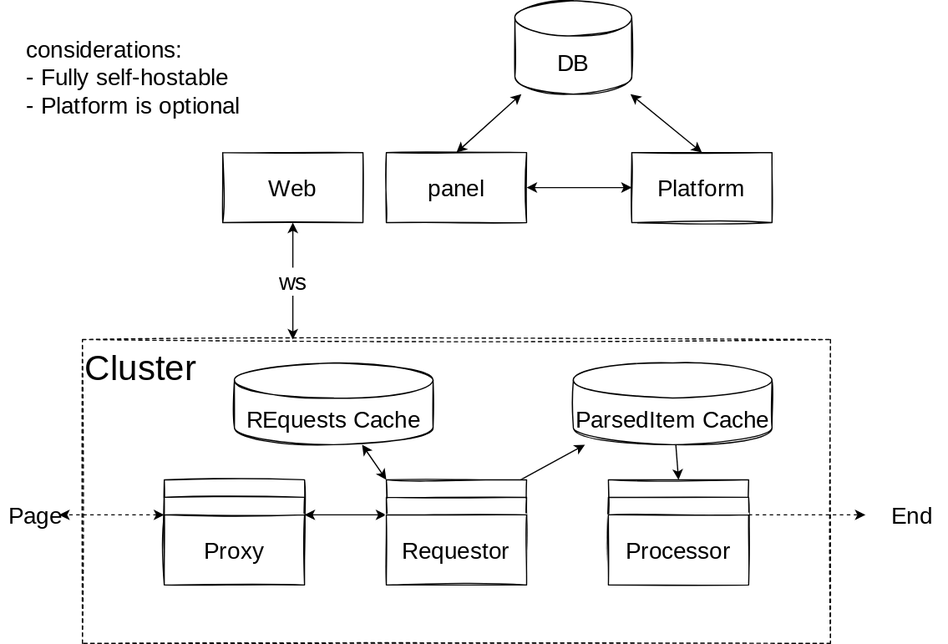
Before: docs/architecture.drawio.svg, a diagram exported from draw.io (elixir-crawly/crawly). Source tidied: cells renumbered, new cells last; positions are measured from the earlier drawing's top-left corner, leaving out a move shared by most shapes.
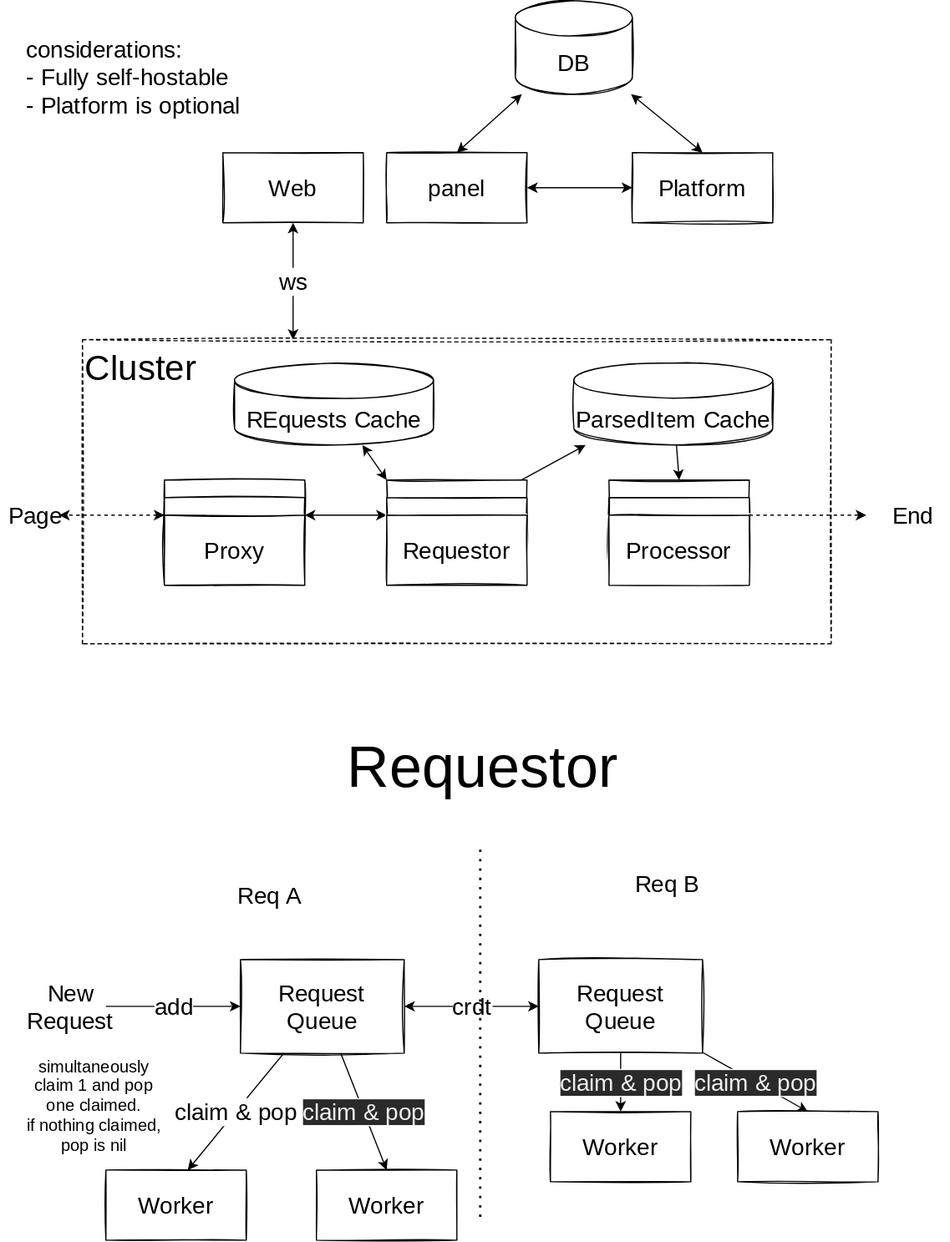
Later version of the same file.

Diff of the diagram source:
```diff
@@ -97,5 +97,62 @@
     <mxCell id="30" value="Web" style="rounded=0;whiteSpace=wrap;html=1;sketch=1;fontFamily=Nanum Pen Script;fontSource=https%3A%2F%2Ffonts.googleapis.com%2Fcss%3Ffamily%3DNanum%2BPen%2BScript;fontSize=20;" parent="1" vertex="1">
       <mxGeometry x="190" y="130" width="120" height="60" as="geometry" />
     </mxCell>
+    <mxCell id="31" value="Requestor" style="text;html=1;strokeColor=none;fillColor=none;align=center;verticalAlign=middle;whiteSpace=wrap;rounded=0;dashed=1;sketch=1;fontFamily=Nanum Pen Script;fontSource=https%3A%2F%2Ffonts.googleapis.com%2Fcss%3Ffamily%3DNanum%2BPen%2BScript;fontSize=50;fontColor=default;" parent="1" vertex="1">
+      <mxGeometry x="305" y="640" width="215" height="30" as="geometry" />
+    </mxCell>
+    <mxCell id="32" value="crdt" style="edgeStyle=none;html=1;entryX=0;entryY=0.5;entryDx=0;entryDy=0;fontFamily=Nanum Pen Script;fontSource=https%3A%2F%2Ffonts.googleapis.com%2Fcss%3Ffamily%3DNanum%2BPen%2BScript;fontSize=20;fontColor=default;startArrow=classic;startFill=1;" parent="1" edge="1" source="35" target="41">
+      <mxGeometry relative="1" as="geometry" />
+    </mxCell>
+    <mxCell id="33" value="claim &amp;amp; pop" style="edgeStyle=none;html=1;entryX=0.583;entryY=0;entryDx=0;entryDy=0;entryPerimeter=0;fontFamily=Nanum Pen Script;fontSource=https%3A%2F%2Ffonts.googleapis.com%2Fcss%3Ffamily%3DNanum%2BPen%2BScript;fontSize=20;fontColor=default;startArrow=none;startFill=0;" parent="1" edge="1" source="35" target="42">
+      <mxGeometry relative="1" as="geometry" />
+    </mxCell>
+    <mxCell id="34" value="&lt;meta charset=&quot;utf-8&quot;&gt;&lt;span style=&quot;color: rgb(240, 240, 240); font-family: &amp;quot;nanum pen script&amp;quot;; font-size: 20px; font-style: normal; font-weight: 400; letter-spacing: normal; text-align: center; text-indent: 0px; text-transform: none; word-spacing: 0px; background-color: rgb(42, 42, 42); display: inline; float: none;&quot;&gt;claim &amp;amp; pop&lt;/span&gt;" style="edgeStyle=none;html=1;entryX=0.5;entryY=0;entryDx=0;entryDy=0;fontFamily=Nanum Pen Script;fontSource=https%3A%2F%2Ffonts.googleapis.com%2Fcss%3Ffamily%3DNanum%2BPen%2BScript;fontSize=20;fontColor=default;startArrow=none;startFill=0;" parent="1" edge="1" source="35" target="45">
+      <mxGeometry relative="1" as="geometry" />
+    </mxCell>
+    <mxCell id="35" value="&lt;span style=&quot;font-size: 20px&quot;&gt;Request Queue&lt;/span&gt;" style="rounded=0;whiteSpace=wrap;html=1;sketch=1;fontFamily=Nanum Pen Script;fontSource=https%3A%2F%2Ffonts.googleapis.com%2Fcss%3Ffamily%3DNanum%2BPen%2BScript;fontSize=20;fontColor=default;strokeColor=default;fillColor=none;verticalAlign=middle;align=center;" parent="1" vertex="1">
+      <mxGeometry x="205" y="820" width="140" height="80" as="geometry" />
+    </mxCell>
+    <mxCell id="36" style="endArrow=none;dashed=1;html=1;dashPattern=1 3;strokeWidth=2;fontFamily=Nanum Pen Script;fontSource=https%3A%2F%2Ffonts.googleapis.com%2Fcss%3Ffamily%3DNanum%2BPen%2BScript;fontSize=20;fontColor=default;" parent="1" edge="1">
+      <mxGeometry relative="1" as="geometry">
+        <mxPoint x="410" y="1040" as="sourcePoint" />
+        <mxPoint x="410" y="720" as="targetPoint" />
+      </mxGeometry>
+    </mxCell>
+    <mxCell id="37" value="Req A" style="text;html=1;strokeColor=none;fillColor=none;align=center;verticalAlign=middle;whiteSpace=wrap;rounded=0;sketch=1;fontFamily=Nanum Pen Script;fontSource=https%3A%2F%2Ffonts.googleapis.com%2Fcss%3Ffamily%3DNanum%2BPen%2BScript;fontSize=20;fontColor=default;" parent="1" vertex="1">
+      <mxGeometry x="200" y="750" width="60" height="30" as="geometry" />
+    </mxCell>
+    <mxCell id="38" value="Req B" style="text;html=1;strokeColor=none;fillColor=none;align=center;verticalAlign=middle;whiteSpace=wrap;rounded=0;sketch=1;fontFamily=Nanum Pen Script;fontSource=https%3A%2F%2Ffonts.googleapis.com%2Fcss%3Ffamily%3DNanum%2BPen%2BScript;fontSize=20;fontColor=default;" parent="1" vertex="1">
+      <mxGeometry x="540" y="740" width="60" height="30" as="geometry" />
+    </mxCell>
+    <mxCell id="39" value="&lt;meta charset=&quot;utf-8&quot;&gt;&lt;span style=&quot;color: rgb(240, 240, 240); font-family: &amp;quot;nanum pen script&amp;quot;; font-size: 20px; font-style: normal; font-weight: 400; letter-spacing: normal; text-align: center; text-indent: 0px; text-transform: none; word-spacing: 0px; background-color: rgb(42, 42, 42); display: inline; float: none;&quot;&gt;claim &amp;amp; pop&lt;/span&gt;" style="edgeStyle=none;html=1;entryX=0.5;entryY=0;entryDx=0;entryDy=0;fontFamily=Nanum Pen Script;fontSource=https%3A%2F%2Ffonts.googleapis.com%2Fcss%3Ffamily%3DNanum%2BPen%2BScript;fontSize=20;fontColor=default;startArrow=none;startFill=0;" parent="1" edge="1" source="41" target="46">
+      <mxGeometry relative="1" as="geometry" />
+    </mxCell>
+    <mxCell id="40" value="&lt;meta charset=&quot;utf-8&quot;&gt;&lt;span style=&quot;color: rgb(240, 240, 240); font-family: &amp;quot;nanum pen script&amp;quot;; font-size: 20px; font-style: normal; font-weight: 400; letter-spacing: normal; text-align: center; text-indent: 0px; text-transform: none; word-spacing: 0px; background-color: rgb(42, 42, 42); display: inline; float: none;&quot;&gt;claim &amp;amp; pop&lt;/span&gt;" style="edgeStyle=none;html=1;entryX=0.5;entryY=0;entryDx=0;entryDy=0;fontFamily=Nanum Pen Script;fontSource=https%3A%2F%2Ffonts.googleapis.com%2Fcss%3Ffamily%3DNanum%2BPen%2BScript;fontSize=20;fontColor=default;startArrow=none;startFill=0;" parent="1" edge="1" source="41" target="47">
+      <mxGeometry relative="1" as="geometry" />
+    </mxCell>
+    <mxCell id="41" value="&lt;span style=&quot;font-size: 20px&quot;&gt;Request Queue&lt;/span&gt;" style="rounded=0;whiteSpace=wrap;html=1;sketch=1;fontFamily=Nanum Pen Script;fontSource=https%3A%2F%2Ffonts.googleapis.com%2Fcss%3Ffamily%3DNanum%2BPen%2BScript;fontSize=20;fontColor=default;strokeColor=default;fillColor=none;verticalAlign=middle;align=center;" parent="1" vertex="1">
+      <mxGeometry x="460" y="820" width="140" height="80" as="geometry" />
+    </mxCell>
+    <mxCell id="42" value="Worker" style="rounded=0;whiteSpace=wrap;html=1;sketch=1;fontFamily=Nanum Pen Script;fontSource=https%3A%2F%2Ffonts.googleapis.com%2Fcss%3Ffamily%3DNanum%2BPen%2BScript;fontSize=20;fontColor=default;strokeColor=default;fillColor=none;" parent="1" vertex="1">
+      <mxGeometry x="90" y="1000" width="120" height="60" as="geometry" />
+    </mxCell>
+    <mxCell id="43" value="add" style="edgeStyle=none;html=1;entryX=0;entryY=0.5;entryDx=0;entryDy=0;fontFamily=Nanum Pen Script;fontSource=https%3A%2F%2Ffonts.googleapis.com%2Fcss%3Ffamily%3DNanum%2BPen%2BScript;fontSize=20;fontColor=default;startArrow=none;startFill=0;" parent="1" edge="1" source="44" target="35">
+      <mxGeometry relative="1" as="geometry" />
+    </mxCell>
+    <mxCell id="44" value="New Request" style="text;html=1;strokeColor=none;fillColor=none;align=center;verticalAlign=middle;whiteSpace=wrap;rounded=0;sketch=1;fontFamily=Nanum Pen Script;fontSource=https%3A%2F%2Ffonts.googleapis.com%2Fcss%3Ffamily%3DNanum%2BPen%2BScript;fontSize=20;fontColor=default;" parent="1" vertex="1">
+      <mxGeometry x="30" y="845" width="60" height="30" as="geometry" />
+    </mxCell>
+    <mxCell id="45" value="Worker" style="rounded=0;whiteSpace=wrap;html=1;sketch=1;fontFamily=Nanum Pen Script;fontSource=https%3A%2F%2Ffonts.googleapis.com%2Fcss%3Ffamily%3DNanum%2BPen%2BScript;fontSize=20;fontColor=default;strokeColor=default;fillColor=none;" parent="1" vertex="1">
+      <mxGeometry x="270" y="1000" width="120" height="60" as="geometry" />
+    </mxCell>
+    <mxCell id="46" value="Worker" style="rounded=0;whiteSpace=wrap;html=1;sketch=1;fontFamily=Nanum Pen Script;fontSource=https%3A%2F%2Ffonts.googleapis.com%2Fcss%3Ffamily%3DNanum%2BPen%2BScript;fontSize=20;fontColor=default;strokeColor=default;fillColor=none;" parent="1" vertex="1">
+      <mxGeometry x="470" y="950" width="120" height="60" as="geometry" />
+    </mxCell>
+    <mxCell id="47" value="Worker" style="rounded=0;whiteSpace=wrap;html=1;sketch=1;fontFamily=Nanum Pen Script;fontSource=https%3A%2F%2Ffonts.googleapis.com%2Fcss%3Ffamily%3DNanum%2BPen%2BScript;fontSize=20;fontColor=default;strokeColor=default;fillColor=none;" parent="1" vertex="1">
+      <mxGeometry x="630" y="950" width="120" height="60" as="geometry" />
+    </mxCell>
+    <mxCell id="48" value="simultaneously claim 1 and pop one claimed.&amp;nbsp;&lt;br&gt;if nothing claimed, pop is nil" style="text;html=1;strokeColor=none;fillColor=none;align=center;verticalAlign=middle;whiteSpace=wrap;rounded=0;sketch=1;fontFamily=Nanum Pen Script;fontSource=https%3A%2F%2Ffonts.googleapis.com%2Fcss%3Ffamily%3DNanum%2BPen%2BScript;fontSize=14;fontColor=default;" parent="1" vertex="1">
+      <mxGeometry x="20" y="900" width="120" height="90" as="geometry" />
+    </mxCell>
   </root>
 </mxGraphModel>
```
